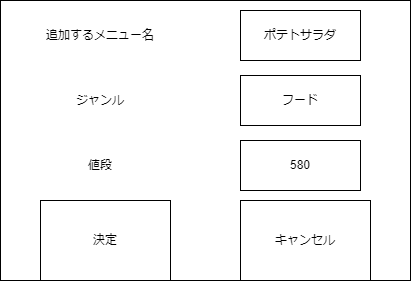
The draw.io diagram psp4/画面項目図_新メニュー追加画面.drawio.png in MasakiHiguchi/---, before a commit. Source tidied: cells renumbered, new cells last; positions are measured from the earlier drawing's top-left corner, leaving out a move shared by most shapes.
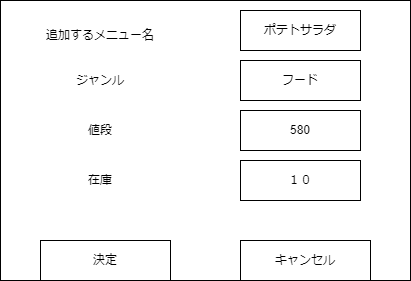
The same diagram one commit later.

What changed in the source:
```diff
@@ -9,25 +9,31 @@
       <mxGeometry x="40" y="5" width="120" height="60" as="geometry" />
     </mxCell>
     <mxCell id="4" value="ポテトサラダ" style="rounded=0;whiteSpace=wrap;html=1;" parent="1" vertex="1">
-      <mxGeometry x="240" y="10" width="120" height="50" as="geometry" />
+      <mxGeometry x="240" y="10" width="120" height="40" as="geometry" />
     </mxCell>
     <mxCell id="5" value="ジャンル" style="rounded=0;whiteSpace=wrap;html=1;opacity=0;" parent="1" vertex="1">
-      <mxGeometry x="40" y="70" width="120" height="60" as="geometry" />
+      <mxGeometry x="40" y="50" width="120" height="60" as="geometry" />
     </mxCell>
     <mxCell id="6" value="フード" style="rounded=0;whiteSpace=wrap;html=1;" parent="1" vertex="1">
-      <mxGeometry x="240" y="75" width="120" height="50" as="geometry" />
+      <mxGeometry x="240" y="60" width="120" height="40" as="geometry" />
     </mxCell>
     <mxCell id="7" value="値段" style="rounded=0;whiteSpace=wrap;html=1;opacity=0;" parent="1" vertex="1">
-      <mxGeometry x="40" y="135" width="120" height="60" as="geometry" />
+      <mxGeometry x="40" y="100" width="120" height="60" as="geometry" />
     </mxCell>
     <mxCell id="8" value="580" style="rounded=0;whiteSpace=wrap;html=1;" parent="1" vertex="1">
-      <mxGeometry x="240" y="140" width="120" height="50" as="geometry" />
+      <mxGeometry x="240" y="110" width="120" height="40" as="geometry" />
     </mxCell>
     <mxCell id="9" value="決定" style="rounded=0;whiteSpace=wrap;html=1;" parent="1" vertex="1">
-      <mxGeometry x="40" y="200" width="130" height="80" as="geometry" />
+      <mxGeometry x="40" y="240" width="130" height="40" as="geometry" />
     </mxCell>
     <mxCell id="10" value="キャンセル" style="rounded=0;whiteSpace=wrap;html=1;" parent="1" vertex="1">
-      <mxGeometry x="240" y="200" width="130" height="80" as="geometry" />
+      <mxGeometry x="240" y="240" width="130" height="40" as="geometry" />
     </mxCell>
+    <mxCell id="11" value="在庫" style="rounded=0;whiteSpace=wrap;html=1;opacity=0;" parent="1" vertex="1">
+      <mxGeometry x="40" y="150" width="120" height="60" as="geometry" />
+    </mxCell>
+    <mxCell id="12" value="１０" style="rounded=0;whiteSpace=wrap;html=1;" parent="1" vertex="1">
+      <mxGeometry x="240" y="160" width="120" height="40" as="geometry" />
+    </mxCell>
   </root>
 </mxGraphModel>
```
